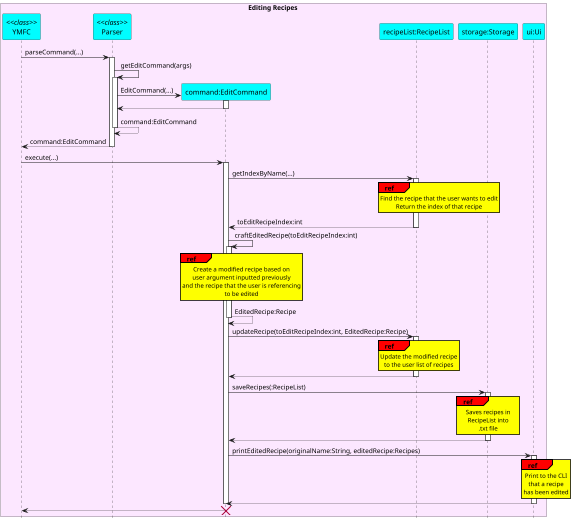
nus-cs2113-AY2425S1/tp keeps this PlantUML diagram as docs/img/SequenceDiagrams/EditRecipesSequenceDiagram.png. Above is the earlier version.
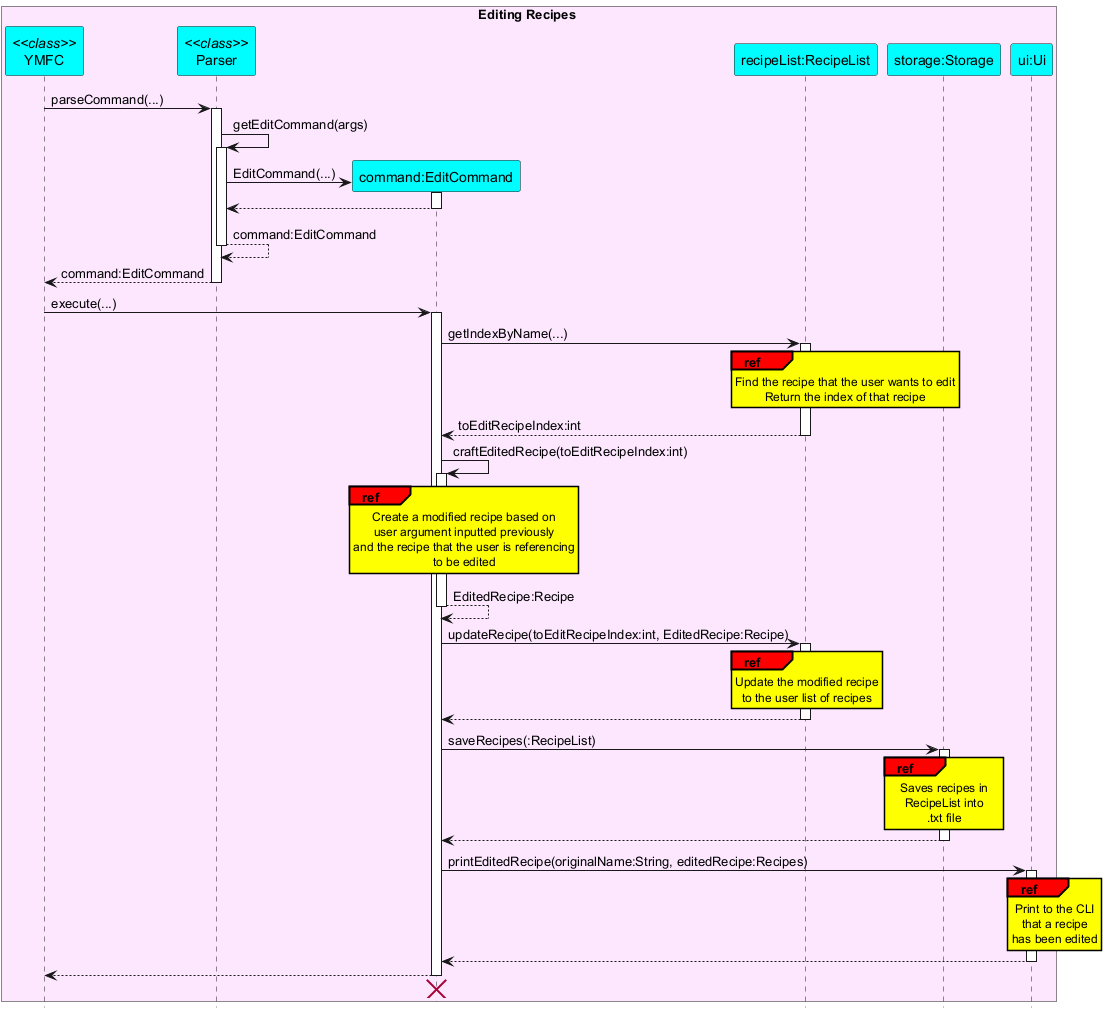
After the commit.

Diff of the diagram source:
```diff
@@ -90,9 +90,11 @@
 deactivate Ui
 
 
+
+EditCommand --> YMFC
+
 deactivate EditCommand
-EditCommand --> YMFC
-deactivate EditCommand
+EditCommand -[hidden]-> YMFC
 
 destroy EditCommand
 
```
